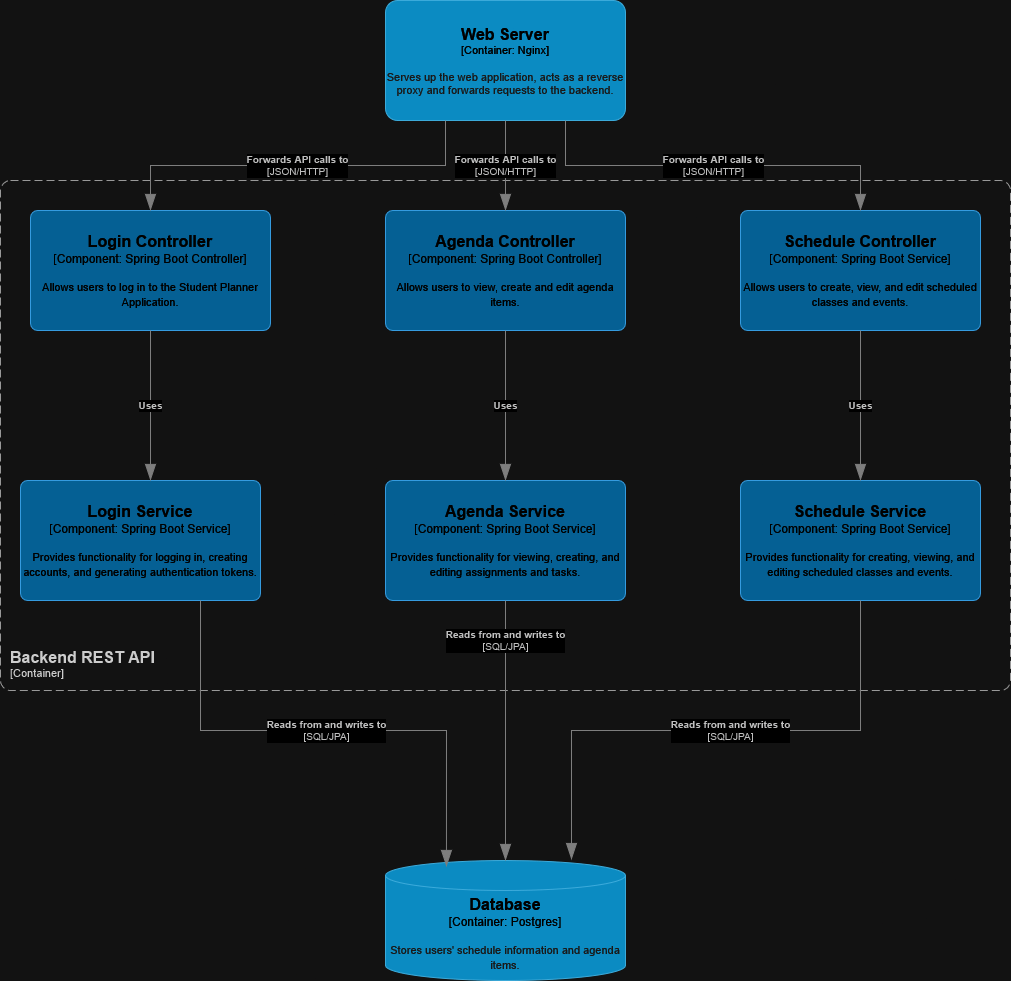
This is docs/images/backend-rest-api-component.png from blicht19/student-planner, a draw.io export, as it was before one commit. Source tidied: cells renumbered, new cells last; positions are measured from the earlier drawing's top-left corner, leaving out a move shared by most shapes. The source it was exported from:
```xml
<mxGraphModel>
  <root>
    <mxCell id="0" />
    <mxCell id="1" parent="0" />
    <object id="2" label="&lt;font style=&quot;font-size: 16px&quot;&gt;&lt;b&gt;%c4Name%&lt;/b&gt;&lt;/font&gt;&lt;div&gt;[%c4Type%: %c4Technology%]&lt;/div&gt;&lt;br&gt;&lt;div&gt;&lt;font style=&quot;font-size: 11px&quot;&gt;&lt;font color=&quot;#E6E6E6&quot;&gt;%c4Description%&lt;/font&gt;&lt;/div&gt;" c4Description="Serves up the web application, acts as a reverse proxy and forwards requests to the backend." c4Name="Web Server" c4Technology="Nginx" c4Type="Container" placeholders="1">
      <mxCell style="rounded=1;whiteSpace=wrap;html=1;fontSize=11;labelBackgroundColor=none;fillColor=#23A2D9;fontColor=#ffffff;align=center;arcSize=10;strokeColor=#0E7DAD;points=[[0.25,0,0],[0.5,0,0],[0.75,0,0],[1,0.25,0],[1,0.5,0],[1,0.75,0],[0.75,1,0],[0.5,1,0],[0.25,1,0],[0,0.75,0],[0,0.5,0],[0,0.25,0]];" parent="1" vertex="1">
        <mxGeometry x="385" width="240" height="120" as="geometry" />
      </mxCell>
    </object>
    <object id="3" label="&lt;font style=&quot;font-size: 16px&quot;&gt;&lt;b&gt;&lt;div style=&quot;text-align: left&quot;&gt;%c4Name%&lt;/div&gt;&lt;/b&gt;&lt;/font&gt;&lt;div style=&quot;text-align: left&quot;&gt;[%c4Application%]&lt;/div&gt;" c4Application="Container" c4Name="Backend REST API" c4Type="ContainerScopeBoundary" placeholders="1">
      <mxCell style="rounded=1;fontSize=11;whiteSpace=wrap;html=1;dashed=1;arcSize=20;fillColor=none;strokeColor=#666666;fontColor=#333333;labelBackgroundColor=none;align=left;verticalAlign=bottom;labelBorderColor=none;spacingTop=0;spacing=10;dashPattern=8 4;perimeter=rectanglePerimeter;noLabel=0;labelPadding=0;absoluteArcSize=1;" parent="1" vertex="1">
        <mxGeometry y="180" width="1010" height="510" as="geometry" />
      </mxCell>
    </object>
    <object id="4" label="&lt;font style=&quot;font-size: 16px&quot;&gt;&lt;b&gt;%c4Name%&lt;/b&gt;&lt;/font&gt;&lt;div&gt;[%c4Type%:&amp;nbsp;%c4Technology%]&lt;/div&gt;&lt;br&gt;&lt;div&gt;&lt;font style=&quot;font-size: 11px&quot;&gt;&lt;font color=&quot;#E6E6E6&quot;&gt;%c4Description%&lt;/font&gt;&lt;/div&gt;" c4Description="Stores users' schedule information and agenda items." c4Name="Database" c4Technology="Postgres" c4Type="Container" placeholders="1">
      <mxCell style="shape=cylinder3;size=15;whiteSpace=wrap;html=1;boundedLbl=1;rounded=0;labelBackgroundColor=none;fillColor=#23A2D9;fontSize=12;fontColor=#ffffff;align=center;strokeColor=#0E7DAD;points=[[0.5,0,0],[1,0.25,0],[1,0.5,0],[1,0.75,0],[0.5,1,0],[0,0.75,0],[0,0.5,0],[0,0.25,0]];" parent="1" vertex="1">
        <mxGeometry x="385" y="860" width="240" height="120" as="geometry" />
      </mxCell>
    </object>
    <object id="5" label="&lt;font style=&quot;font-size: 16px&quot;&gt;&lt;b&gt;%c4Name%&lt;/b&gt;&lt;/font&gt;&lt;div&gt;[%c4Type%: %c4Technology%]&lt;/div&gt;&lt;br&gt;&lt;div&gt;&lt;font style=&quot;font-size: 11px&quot;&gt;%c4Description%&lt;/font&gt;&lt;/div&gt;" c4Description="Allows users to log in to the Student Planner Application." c4Name="Login Controller" c4Technology="Spring Boot Controller" c4Type="Component" placeholders="1">
      <mxCell style="rounded=1;whiteSpace=wrap;html=1;labelBackgroundColor=none;fillColor=#63BEF2;fontColor=#ffffff;align=center;arcSize=6;strokeColor=#2086C9;points=[[0.25,0,0],[0.5,0,0],[0.75,0,0],[1,0.25,0],[1,0.5,0],[1,0.75,0],[0.75,1,0],[0.5,1,0],[0.25,1,0],[0,0.75,0],[0,0.5,0],[0,0.25,0]];" parent="1" vertex="1">
        <mxGeometry x="30" y="210" width="240" height="120" as="geometry" />
      </mxCell>
    </object>
    <object id="6" label="&lt;div style=&quot;text-align: left&quot;&gt;&lt;div style=&quot;text-align: center&quot;&gt;&lt;b&gt;%c4Description%&lt;/b&gt;&lt;/div&gt;&lt;div style=&quot;text-align: center&quot;&gt;[%c4Technology%]&lt;/div&gt;&lt;/div&gt;" c4Description="Forwards API calls to" c4Technology="JSON/HTTP" c4Type="Relationship" placeholders="1">
      <mxCell style="endArrow=blockThin;html=1;fontSize=10;fontColor=#404040;strokeWidth=1;endFill=1;strokeColor=#828282;elbow=vertical;endSize=14;startSize=14;jumpStyle=arc;jumpSize=16;rounded=0;edgeStyle=orthogonalEdgeStyle;exitX=0.25;exitY=1;exitDx=0;exitDy=0;exitPerimeter=0;" parent="1" edge="1" source="2" target="5">
        <mxGeometry relative="1" as="geometry" />
      </mxCell>
    </object>
    <object id="7" label="&lt;font style=&quot;font-size: 16px&quot;&gt;&lt;b&gt;%c4Name%&lt;/b&gt;&lt;/font&gt;&lt;div&gt;[%c4Type%: %c4Technology%]&lt;/div&gt;&lt;br&gt;&lt;div&gt;&lt;font style=&quot;font-size: 11px&quot;&gt;%c4Description%&lt;/font&gt;&lt;/div&gt;" c4Description="Provides functionality for logging in, creating accounts, and generating authentication tokens." c4Name="Login Service" c4Technology="Spring Boot Service" c4Type="Component" placeholders="1">
      <mxCell style="rounded=1;whiteSpace=wrap;html=1;labelBackgroundColor=none;fillColor=#63BEF2;fontColor=#ffffff;align=center;arcSize=6;strokeColor=#2086C9;points=[[0.25,0,0],[0.5,0,0],[0.75,0,0],[1,0.25,0],[1,0.5,0],[1,0.75,0],[0.75,1,0],[0.5,1,0],[0.25,1,0],[0,0.75,0],[0,0.5,0],[0,0.25,0]];" parent="1" vertex="1">
        <mxGeometry x="20" y="480" width="240" height="120" as="geometry" />
      </mxCell>
    </object>
    <object id="8" label="&lt;div style=&quot;text-align: left&quot;&gt;&lt;div style=&quot;text-align: center&quot;&gt;&lt;b&gt;%c4Description%&lt;/b&gt;&lt;/div&gt;" c4Description="Uses" c4Type="Relationship" placeholders="1">
      <mxCell style="endArrow=blockThin;html=1;fontSize=10;fontColor=#404040;strokeWidth=1;endFill=1;strokeColor=#828282;elbow=vertical;endSize=14;startSize=14;jumpStyle=arc;jumpSize=16;rounded=0;edgeStyle=orthogonalEdgeStyle;exitX=0.5;exitY=1;exitDx=0;exitDy=0;exitPerimeter=0;" parent="1" edge="1" source="5" target="7">
        <mxGeometry relative="1" as="geometry">
          <Array as="points">
            <mxPoint x="150" y="440" />
            <mxPoint x="150" y="440" />
          </Array>
        </mxGeometry>
      </mxCell>
    </object>
    <object id="9" label="&lt;font style=&quot;font-size: 16px&quot;&gt;&lt;b&gt;%c4Name%&lt;/b&gt;&lt;/font&gt;&lt;div&gt;[%c4Type%: %c4Technology%]&lt;/div&gt;&lt;br&gt;&lt;div&gt;&lt;font style=&quot;font-size: 11px&quot;&gt;%c4Description%&lt;/font&gt;&lt;/div&gt;" c4Description="Allows users to view, create and edit agenda items." c4Name="Agenda Controller" c4Technology="Spring Boot Controller" c4Type="Component" placeholders="1">
      <mxCell style="rounded=1;whiteSpace=wrap;html=1;labelBackgroundColor=none;fillColor=#63BEF2;fontColor=#ffffff;align=center;arcSize=6;strokeColor=#2086C9;points=[[0.25,0,0],[0.5,0,0],[0.75,0,0],[1,0.25,0],[1,0.5,0],[1,0.75,0],[0.75,1,0],[0.5,1,0],[0.25,1,0],[0,0.75,0],[0,0.5,0],[0,0.25,0]];" parent="1" vertex="1">
        <mxGeometry x="385" y="210" width="240" height="120" as="geometry" />
      </mxCell>
    </object>
    <object id="10" label="&lt;div style=&quot;text-align: left&quot;&gt;&lt;div style=&quot;text-align: center&quot;&gt;&lt;b&gt;%c4Description%&lt;/b&gt;&lt;/div&gt;&lt;div style=&quot;text-align: center&quot;&gt;[%c4Technology%]&lt;/div&gt;&lt;/div&gt;" c4Description="Forwards API calls to" c4Technology="JSON/HTTP" c4Type="Relationship" placeholders="1">
      <mxCell style="endArrow=blockThin;html=1;fontSize=10;fontColor=#404040;strokeWidth=1;endFill=1;strokeColor=#828282;elbow=vertical;endSize=14;startSize=14;jumpStyle=arc;jumpSize=16;rounded=0;edgeStyle=orthogonalEdgeStyle;exitX=0.5;exitY=1;exitDx=0;exitDy=0;exitPerimeter=0;entryX=0.5;entryY=0;entryDx=0;entryDy=0;entryPerimeter=0;" parent="1" edge="1" source="2" target="9">
        <mxGeometry relative="1" as="geometry" />
      </mxCell>
    </object>
    <object id="11" label="&lt;font style=&quot;font-size: 16px&quot;&gt;&lt;b&gt;%c4Name%&lt;/b&gt;&lt;/font&gt;&lt;div&gt;[%c4Type%: %c4Technology%]&lt;/div&gt;&lt;br&gt;&lt;div&gt;&lt;font style=&quot;font-size: 11px&quot;&gt;%c4Description%&lt;/font&gt;&lt;/div&gt;" c4Description="Provides functionality for viewing, creating, and editing assignments and tasks." c4Name="Agenda Service" c4Technology="Spring Boot Service" c4Type="Component" placeholders="1">
      <mxCell style="rounded=1;whiteSpace=wrap;html=1;labelBackgroundColor=none;fillColor=#63BEF2;fontColor=#ffffff;align=center;arcSize=6;strokeColor=#2086C9;points=[[0.25,0,0],[0.5,0,0],[0.75,0,0],[1,0.25,0],[1,0.5,0],[1,0.75,0],[0.75,1,0],[0.5,1,0],[0.25,1,0],[0,0.75,0],[0,0.5,0],[0,0.25,0]];" parent="1" vertex="1">
        <mxGeometry x="385" y="480" width="240" height="120" as="geometry" />
      </mxCell>
    </object>
    <object id="12" label="&lt;div style=&quot;text-align: left&quot;&gt;&lt;div style=&quot;text-align: center&quot;&gt;&lt;b&gt;%c4Description%&lt;/b&gt;&lt;/div&gt;" c4Description="Uses" c4Type="Relationship" placeholders="1">
      <mxCell style="endArrow=blockThin;html=1;fontSize=10;fontColor=#404040;strokeWidth=1;endFill=1;strokeColor=#828282;elbow=vertical;endSize=14;startSize=14;jumpStyle=arc;jumpSize=16;rounded=0;edgeStyle=orthogonalEdgeStyle;exitX=0.5;exitY=1;exitDx=0;exitDy=0;exitPerimeter=0;entryX=0.5;entryY=0;entryDx=0;entryDy=0;entryPerimeter=0;" parent="1" edge="1" source="9" target="11">
        <mxGeometry relative="1" as="geometry" />
      </mxCell>
    </object>
    <object id="13" label="&lt;font style=&quot;font-size: 16px&quot;&gt;&lt;b&gt;%c4Name%&lt;/b&gt;&lt;/font&gt;&lt;div&gt;[%c4Type%: %c4Technology%]&lt;/div&gt;&lt;br&gt;&lt;div&gt;&lt;font style=&quot;font-size: 11px&quot;&gt;%c4Description%&lt;/font&gt;&lt;/div&gt;" c4Description="Allows users to create, view, and edit scheduled classes and events." c4Name="Schedule Controller" c4Technology="Spring Boot Service" c4Type="Component" placeholders="1">
      <mxCell style="rounded=1;whiteSpace=wrap;html=1;labelBackgroundColor=none;fillColor=#63BEF2;fontColor=#ffffff;align=center;arcSize=6;strokeColor=#2086C9;points=[[0.25,0,0],[0.5,0,0],[0.75,0,0],[1,0.25,0],[1,0.5,0],[1,0.75,0],[0.75,1,0],[0.5,1,0],[0.25,1,0],[0,0.75,0],[0,0.5,0],[0,0.25,0]];" parent="1" vertex="1">
        <mxGeometry x="740" y="210" width="240" height="120" as="geometry" />
      </mxCell>
    </object>
    <object id="14" label="&lt;font style=&quot;font-size: 16px&quot;&gt;&lt;b&gt;%c4Name%&lt;/b&gt;&lt;/font&gt;&lt;div&gt;[%c4Type%: %c4Technology%]&lt;/div&gt;&lt;br&gt;&lt;div&gt;&lt;font style=&quot;font-size: 11px&quot;&gt;%c4Description%&lt;/font&gt;&lt;/div&gt;" c4Description="Provides functionality for creating, viewing, and editing scheduled classes and events." c4Name="Schedule Service" c4Technology="Spring Boot Service" c4Type="Component" placeholders="1">
      <mxCell style="rounded=1;whiteSpace=wrap;html=1;labelBackgroundColor=none;fillColor=#63BEF2;fontColor=#ffffff;align=center;arcSize=6;strokeColor=#2086C9;points=[[0.25,0,0],[0.5,0,0],[0.75,0,0],[1,0.25,0],[1,0.5,0],[1,0.75,0],[0.75,1,0],[0.5,1,0],[0.25,1,0],[0,0.75,0],[0,0.5,0],[0,0.25,0]];" parent="1" vertex="1">
        <mxGeometry x="740" y="480" width="240" height="120" as="geometry" />
      </mxCell>
    </object>
    <object id="15" label="&lt;div style=&quot;text-align: left&quot;&gt;&lt;div style=&quot;text-align: center&quot;&gt;&lt;b&gt;%c4Description%&lt;/b&gt;&lt;/div&gt;" c4Description="Uses" c4Type="Relationship" placeholders="1">
      <mxCell style="endArrow=blockThin;html=1;fontSize=10;fontColor=#404040;strokeWidth=1;endFill=1;strokeColor=#828282;elbow=vertical;endSize=14;startSize=14;jumpStyle=arc;jumpSize=16;rounded=0;edgeStyle=orthogonalEdgeStyle;exitX=0.5;exitY=1;exitDx=0;exitDy=0;exitPerimeter=0;entryX=0.5;entryY=0;entryDx=0;entryDy=0;entryPerimeter=0;" parent="1" edge="1" source="13" target="14">
        <mxGeometry relative="1" as="geometry" />
      </mxCell>
    </object>
    <object id="16" label="&lt;div style=&quot;text-align: left&quot;&gt;&lt;div style=&quot;text-align: center&quot;&gt;&lt;b&gt;%c4Description%&lt;/b&gt;&lt;/div&gt;&lt;div style=&quot;text-align: center&quot;&gt;[%c4Technology%]&lt;/div&gt;&lt;/div&gt;" c4Description="Reads from and writes to" c4Technology="SQL/JPA" c4Type="Relationship" placeholders="1">
      <mxCell style="endArrow=blockThin;html=1;fontSize=10;fontColor=#404040;strokeWidth=1;endFill=1;strokeColor=#828282;elbow=vertical;endSize=14;startSize=14;jumpStyle=arc;jumpSize=16;rounded=0;edgeStyle=orthogonalEdgeStyle;exitX=0.75;exitY=1;exitDx=0;exitDy=0;exitPerimeter=0;entryX=0.254;entryY=0.05;entryDx=0;entryDy=0;entryPerimeter=0;" parent="1" edge="1" source="7" target="4">
        <mxGeometry relative="1" as="geometry" />
      </mxCell>
    </object>
    <object id="17" label="&lt;div style=&quot;text-align: left&quot;&gt;&lt;div style=&quot;text-align: center&quot;&gt;&lt;b&gt;%c4Description%&lt;/b&gt;&lt;/div&gt;&lt;div style=&quot;text-align: center&quot;&gt;[%c4Technology%]&lt;/div&gt;&lt;/div&gt;" c4Description="Reads from and writes to" c4Technology="SQL/JPA" c4Type="Relationship" placeholders="1">
      <mxCell style="endArrow=blockThin;html=1;fontSize=10;fontColor=#404040;strokeWidth=1;endFill=1;strokeColor=#828282;elbow=vertical;endSize=14;startSize=14;jumpStyle=arc;jumpSize=16;rounded=0;edgeStyle=orthogonalEdgeStyle;exitX=0.5;exitY=1;exitDx=0;exitDy=0;exitPerimeter=0;" parent="1" edge="1" source="11" target="4">
        <mxGeometry x="-0.69" relative="1" as="geometry" />
      </mxCell>
    </object>
    <object id="18" label="&lt;div style=&quot;text-align: left&quot;&gt;&lt;div style=&quot;text-align: center&quot;&gt;&lt;b&gt;%c4Description%&lt;/b&gt;&lt;/div&gt;&lt;div style=&quot;text-align: center&quot;&gt;[%c4Technology%]&lt;/div&gt;&lt;/div&gt;" c4Description="Reads from and writes to" c4Technology="SQL/JPA" c4Type="Relationship" placeholders="1">
      <mxCell style="endArrow=blockThin;html=1;fontSize=10;fontColor=#404040;strokeWidth=1;endFill=1;strokeColor=#828282;elbow=vertical;endSize=14;startSize=14;jumpStyle=arc;jumpSize=16;rounded=0;edgeStyle=orthogonalEdgeStyle;entryX=0.775;entryY=-0.008;entryDx=0;entryDy=0;entryPerimeter=0;" parent="1" edge="1" source="14" target="4">
        <mxGeometry x="-0.05" relative="1" as="geometry">
          <Array as="points">
            <mxPoint x="860" y="730" />
            <mxPoint x="571" y="730" />
          </Array>
        </mxGeometry>
      </mxCell>
    </object>
    <object id="19" label="&lt;div style=&quot;text-align: left&quot;&gt;&lt;div style=&quot;text-align: center&quot;&gt;&lt;b&gt;%c4Description%&lt;/b&gt;&lt;/div&gt;&lt;div style=&quot;text-align: center&quot;&gt;[%c4Technology%]&lt;/div&gt;&lt;/div&gt;" c4Description="Forwards API calls to" c4Technology="JSON/HTTP" c4Type="Relationship" placeholders="1">
      <mxCell style="endArrow=blockThin;html=1;fontSize=10;fontColor=#404040;strokeWidth=1;endFill=1;strokeColor=#828282;elbow=vertical;endSize=14;startSize=14;jumpStyle=arc;jumpSize=16;rounded=0;edgeStyle=orthogonalEdgeStyle;exitX=0.75;exitY=1;exitDx=0;exitDy=0;exitPerimeter=0;" parent="1" edge="1" source="2" target="13">
        <mxGeometry relative="1" as="geometry" />
      </mxCell>
    </object>
  </root>
</mxGraphModel>
```
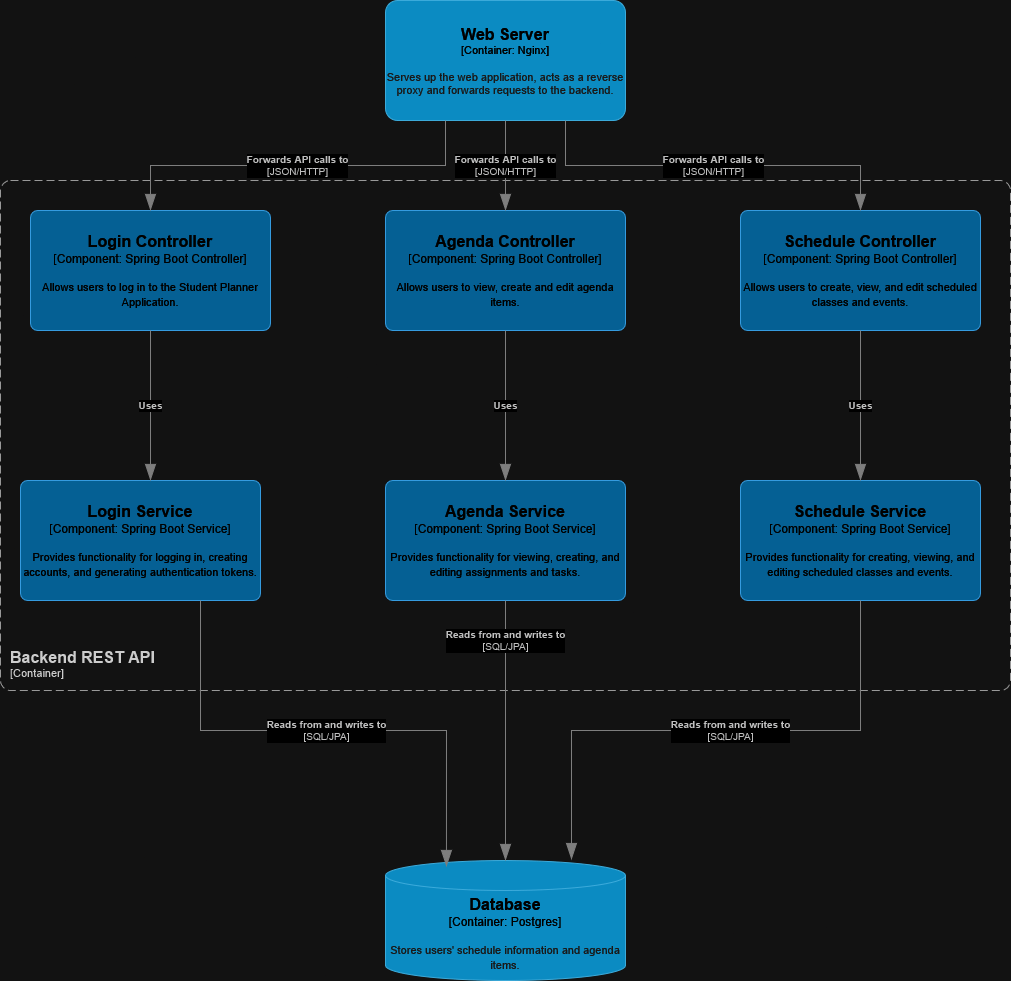
Later version of the same file.

Diff of the diagram source:
```diff
@@ -62,7 +62,7 @@
         <mxGeometry relative="1" as="geometry" />
       </mxCell>
     </object>
-    <object id="13" label="&lt;font style=&quot;font-size: 16px&quot;&gt;&lt;b&gt;%c4Name%&lt;/b&gt;&lt;/font&gt;&lt;div&gt;[%c4Type%: %c4Technology%]&lt;/div&gt;&lt;br&gt;&lt;div&gt;&lt;font style=&quot;font-size: 11px&quot;&gt;%c4Description%&lt;/font&gt;&lt;/div&gt;" c4Description="Allows users to create, view, and edit scheduled classes and events." c4Name="Schedule Controller" c4Technology="Spring Boot Service" c4Type="Component" placeholders="1">
+    <object id="13" label="&lt;font style=&quot;font-size: 16px&quot;&gt;&lt;b&gt;%c4Name%&lt;/b&gt;&lt;/font&gt;&lt;div&gt;[%c4Type%: %c4Technology%]&lt;/div&gt;&lt;br&gt;&lt;div&gt;&lt;font style=&quot;font-size: 11px&quot;&gt;%c4Description%&lt;/font&gt;&lt;/div&gt;" c4Description="Allows users to create, view, and edit scheduled classes and events." c4Name="Schedule Controller" c4Technology="Spring Boot Controller" c4Type="Component" placeholders="1">
       <mxCell style="rounded=1;whiteSpace=wrap;html=1;labelBackgroundColor=none;fillColor=#63BEF2;fontColor=#ffffff;align=center;arcSize=6;strokeColor=#2086C9;points=[[0.25,0,0],[0.5,0,0],[0.75,0,0],[1,0.25,0],[1,0.5,0],[1,0.75,0],[0.75,1,0],[0.5,1,0],[0.25,1,0],[0,0.75,0],[0,0.5,0],[0,0.25,0]];" parent="1" vertex="1">
         <mxGeometry x="740" y="210" width="240" height="120" as="geometry" />
       </mxCell>
```
